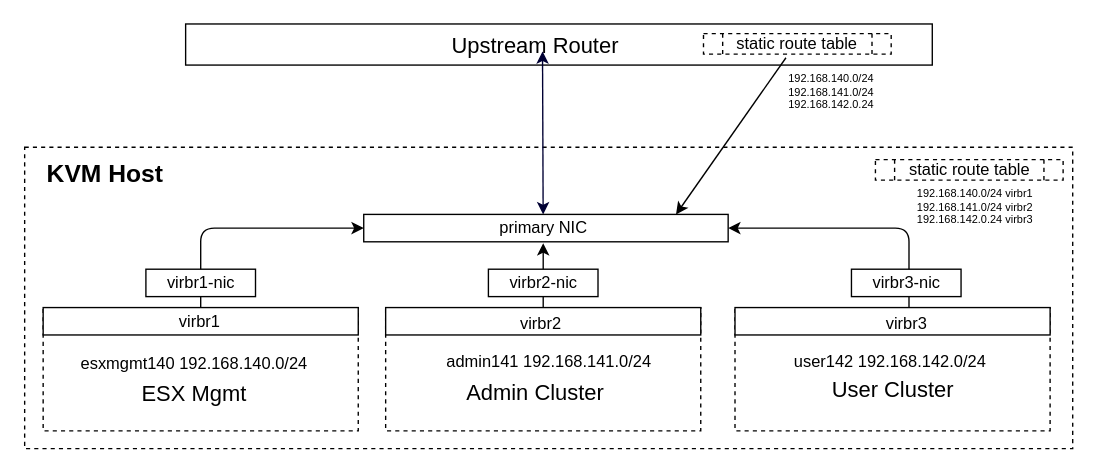
This is diagrams/anthos-routed-networks.drawio from fabianlee/anthos-nested-esx-manual, a draw.io file, before an edit. Source tidied: cells renumbered, new cells numbered last; positions are measured from the earlier drawing's top-left corner, leaving out a move shared by most shapes. Both pictures are drawn from the tidied source at 137%, with x=0, y=0 at pixel (23, 23).
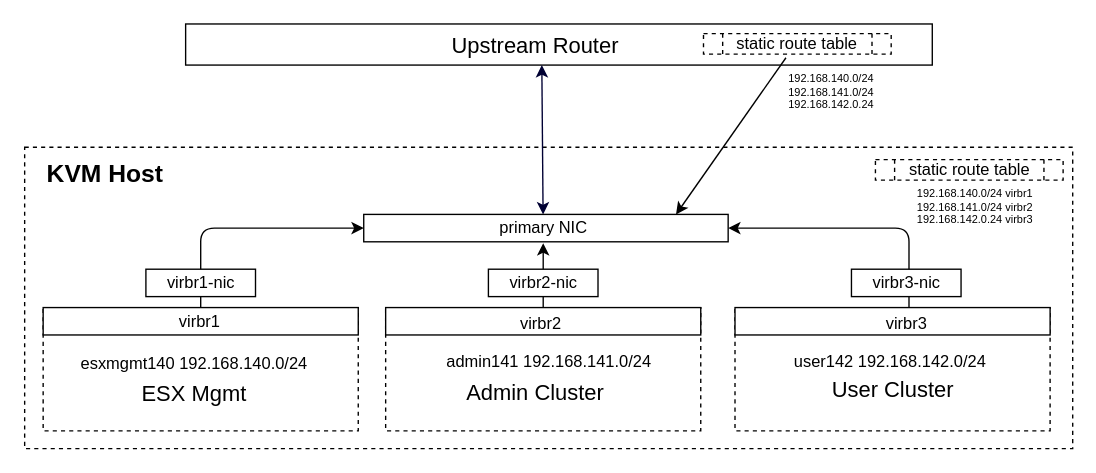
The same diagram, later.

The change refers to these unchanged cells:
```xml
<mxCell id="13" value="primary NIC" style="text;html=1;align=center;verticalAlign=middle;points=[];strokeColor=none;" parent="1" vertex="1">
  <mxGeometry x="339" y="139" width="80" height="20" as="geometry" />
</mxCell>
```

The edit, as a diff of the source:
```diff
@@
-    <mxCell id="9" style="endArrow=classic;startArrow=classic;html=1;fontSize=16;fillColor=#f5f5f5;rounded=0;entryX=0.779;entryY=1.2;entryDx=0;entryDy=0;entryPerimeter=0;strokeColor=#000033;" parent="1" edge="1" source="13">
+    <mxCell id="9" style="endArrow=classic;startArrow=classic;html=1;fontSize=16;fillColor=#f5f5f5;rounded=0;strokeColor=#000033;" parent="1" edge="1" source="13">
       <mxGeometry x="385.5" y="107" as="geometry">
-        <mxPoint x="378.5" y="20" as="targetPoint" />
+        <mxPoint x="378" y="30" as="targetPoint" />
       </mxGeometry>
     </mxCell>
```
